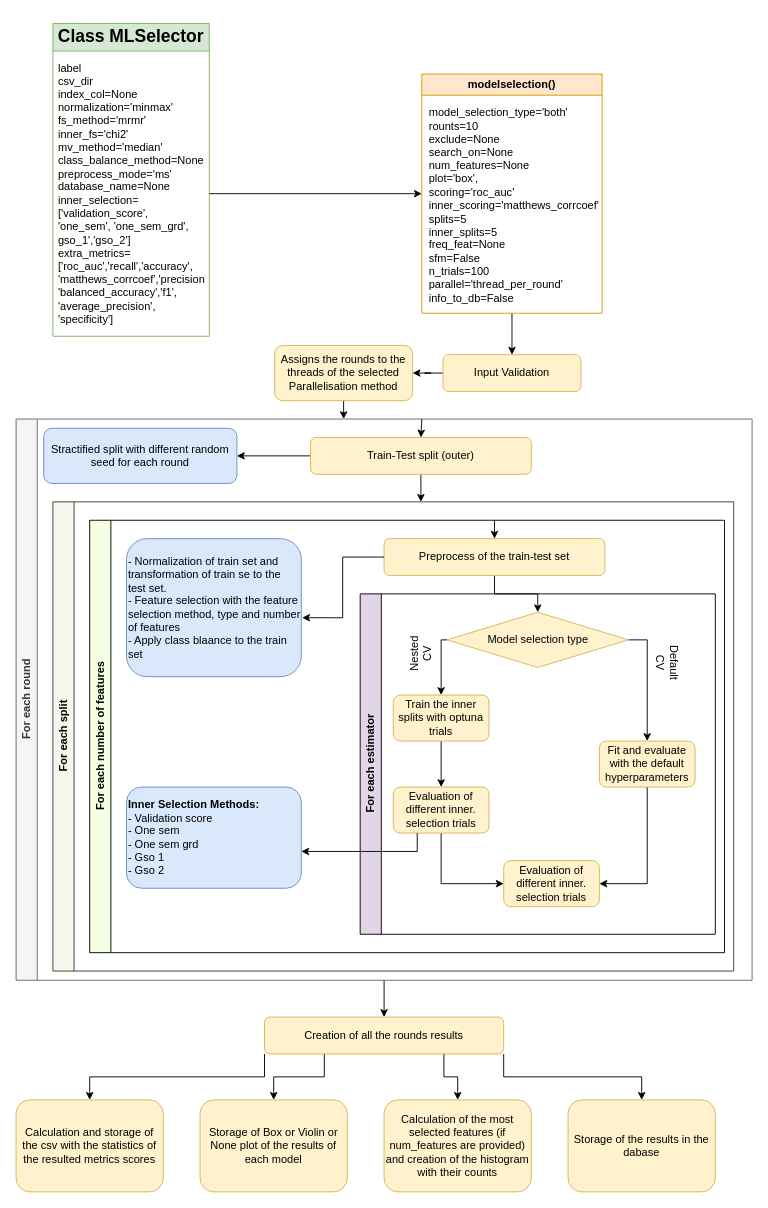
This is page "modelselection" (5 of 7) of ThesisDiagrams.drawio from costasmexis/AI4META, a draw.io file, before an edit. Source tidied: cells renumbered, new cells numbered last; positions are measured from the earlier drawing's top-left corner, leaving out a move shared by most shapes. Both pictures are drawn from the tidied source at 92%, with x=0, y=0 at pixel (16, 23).
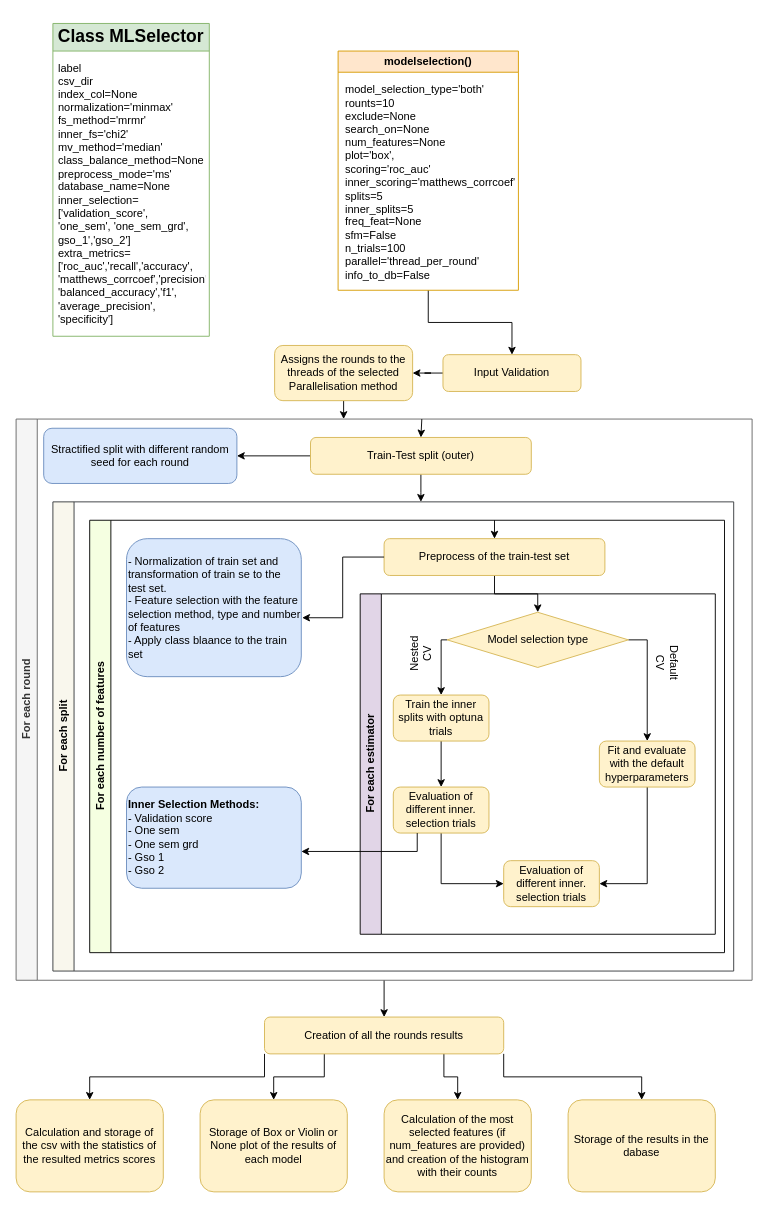
After the change.

Unchanged cells that the change refers to:
```xml
<mxCell id="3" value="label&lt;div&gt;csv_dir&lt;/div&gt;&lt;div&gt;index_col=None&lt;/div&gt;&lt;div&gt;normalization='minmax'&lt;/div&gt;&lt;div&gt;fs_method='mrmr'&lt;/div&gt;&lt;div&gt;inner_fs='chi2'&lt;/div&gt;&lt;div&gt;mv_method='median'&lt;/div&gt;&lt;div&gt;class_balance_method=None&lt;/div&gt;&lt;div&gt;preprocess_mode='ms'&lt;/div&gt;&lt;div&gt;database_name=None&lt;/div&gt;&lt;div&gt;inner_selection=&lt;/div&gt;&lt;div&gt;['validation_score',&lt;/div&gt;&lt;div&gt;'one_sem', 'one_sem_grd',&lt;/div&gt;&lt;div&gt;gso_1','gso_2']&lt;/div&gt;&lt;div&gt;extra_metrics=&lt;/div&gt;&lt;div&gt;['roc_auc','recall','accuracy',&lt;/div&gt;&lt;div&gt;'matthews_corrcoef','precision',&lt;/div&gt;&lt;div&gt;'balanced_accuracy','f1',&lt;/div&gt;&lt;div&gt;'average_precision',&lt;/div&gt;&lt;div&gt;'specificity']&lt;/div&gt;" style="text;strokeColor=none;fillColor=none;align=left;verticalAlign=middle;spacingLeft=4;spacingRight=4;overflow=hidden;points=[[0,0.5],[1,0.5]];portConstraint=eastwest;whiteSpace=wrap;html=1;" parent="2" vertex="1">
  <mxGeometry y="30" width="170" height="310" as="geometry" />
</mxCell>
```

Diff of the diagram source:
```diff
@@
     <mxCell id="5" value="modelselection()" style="swimlane;whiteSpace=wrap;html=1;fillColor=#ffe6cc;strokeColor=#d79b00;" parent="1" vertex="1">
-      <mxGeometry x="441" y="55" width="196" height="260" as="geometry" />
+      <mxGeometry x="350" y="30" width="196" height="260" as="geometry" />
     </mxCell>
@@
-    <mxCell id="7" style="edgeStyle=orthogonalEdgeStyle;rounded=0;jettySize=auto;html=1;exitX=1;exitY=0.5;exitDx=0;exitDy=0;entryX=0;entryY=0.5;entryDx=0;entryDy=0;" parent="1" edge="1" source="3" target="5">
-      <mxGeometry relative="1" as="geometry" />
-    </mxCell>
```
